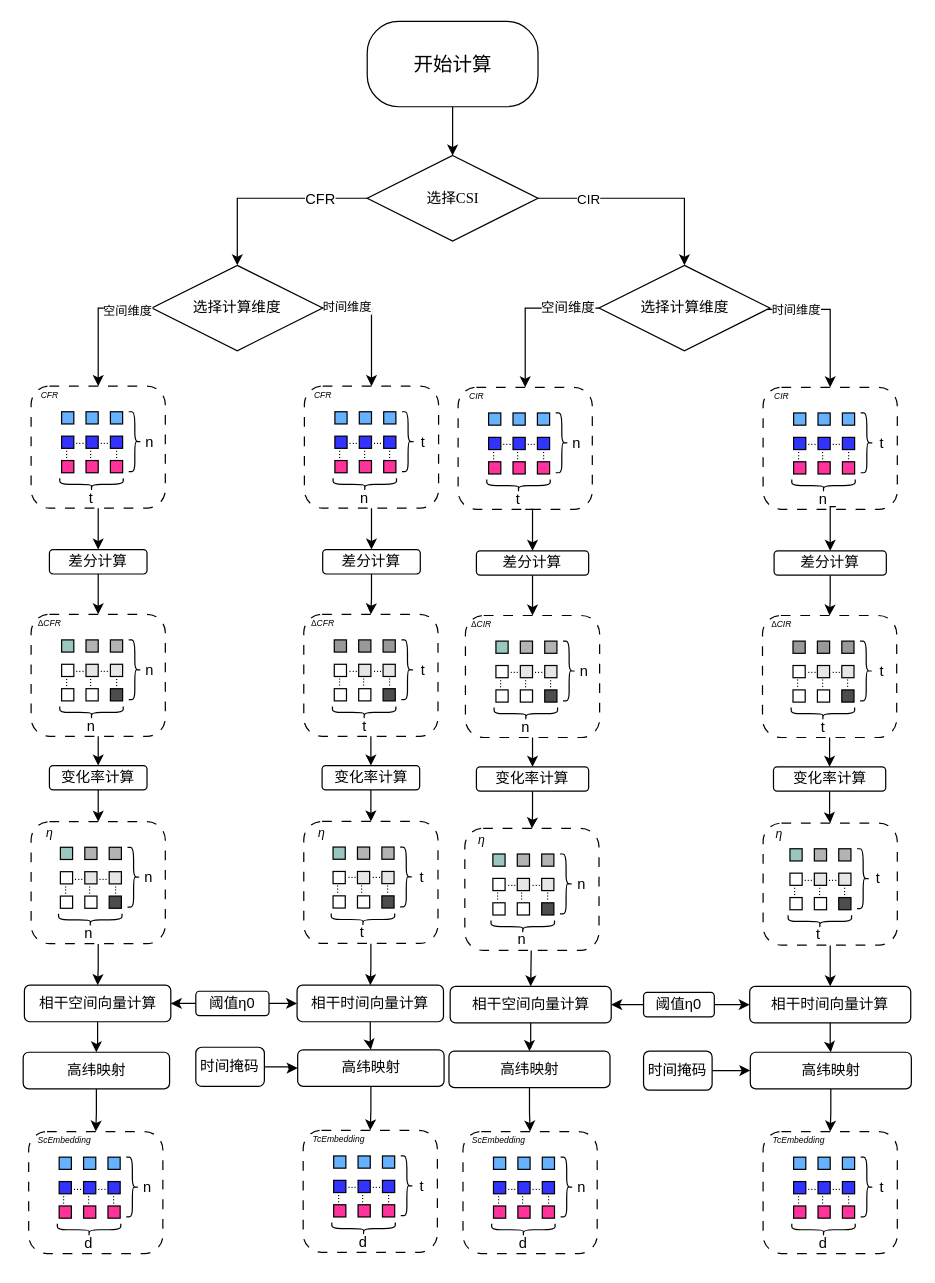
1434470591/wubotao.github.io keeps this draw.io diagram as Coherence Embedding.drawio. Above is the earlier version. Source tidied: cells renumbered, new cells numbered last; positions are measured from the earlier drawing's top-left corner, leaving out a move shared by most shapes. Both pictures are drawn from the tidied source at 122%, with x=0, y=0 at pixel (21, 21).
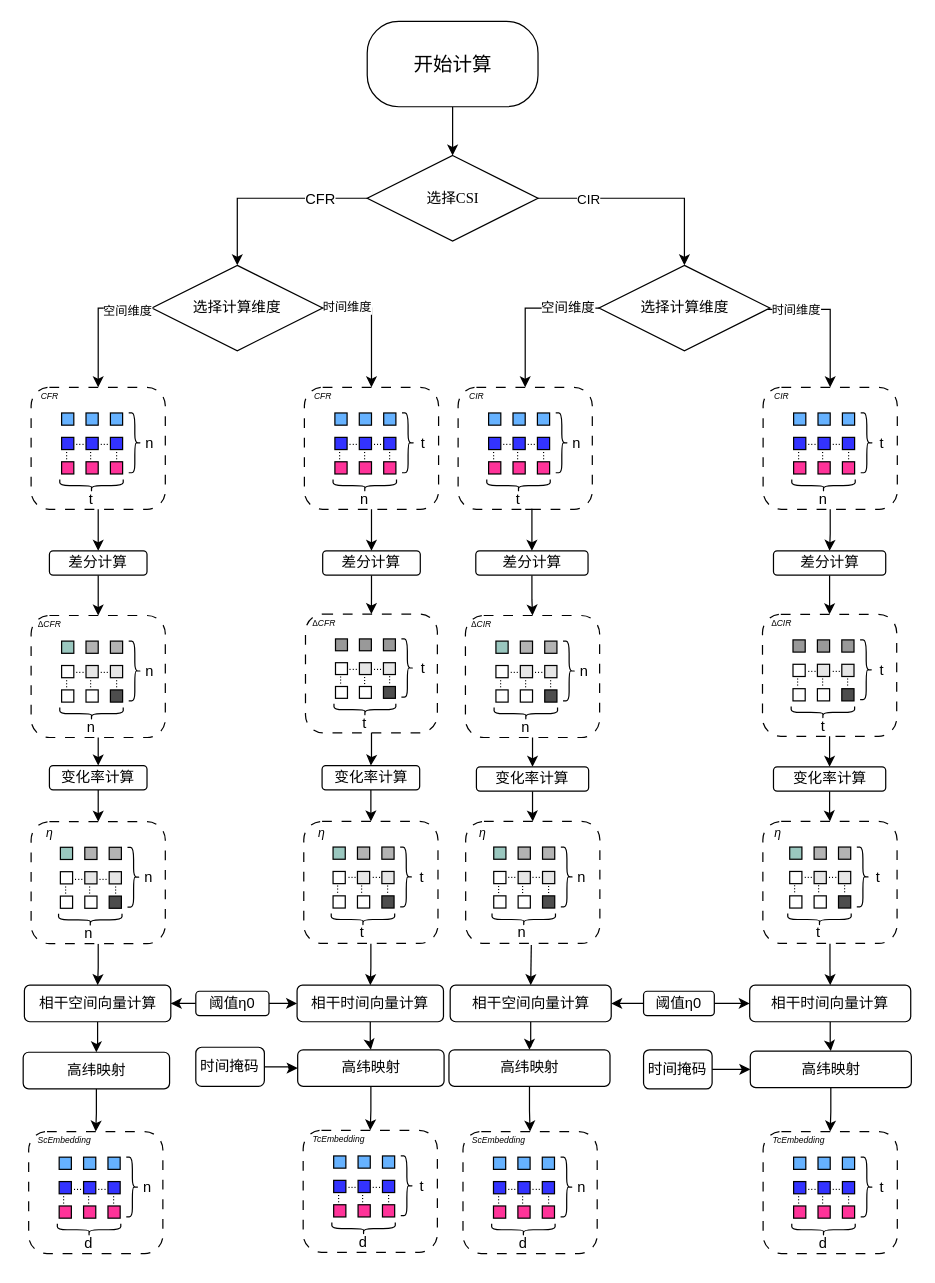
Above is the later version.

The change refers to these unchanged cells:
```xml
<mxCell id="231" style="rounded=1;whiteSpace=wrap;html=1;dashed=1;dashPattern=8 8;" parent="230" vertex="1">
  <mxGeometry x="5" y="9" width="110" height="100" as="geometry" />
</mxCell>
```

What changed in the source:
```diff
@@
     <mxCell id="19" style="group;" parent="1" vertex="1">
-      <mxGeometry x="3" y="290" width="117" height="116" as="geometry" />
+      <mxGeometry x="3" y="291" width="117" height="116" as="geometry" />
     </mxCell>
@@
     <mxCell id="40" style="group;" parent="1" vertex="1">
-      <mxGeometry x="227" y="290" width="117" height="116" as="geometry" />
+      <mxGeometry x="227" y="291" width="117" height="116" as="geometry" />
     </mxCell>
@@
     <mxCell id="61" style="group;" parent="1" vertex="1">
-      <mxGeometry x="3" y="477" width="117" height="116" as="geometry" />
+      <mxGeometry x="3" y="478" width="117" height="116" as="geometry" />
     </mxCell>
@@
     <mxCell id="84" value="差分计算" style="rounded=1;whiteSpace=wrap;html=1;" parent="1" vertex="1">
-      <mxGeometry x="23" y="433" width="80" height="20" as="geometry" />
+      <mxGeometry x="23" y="434" width="80" height="20" as="geometry" />
     </mxCell>
@@
     <mxCell id="86" value="差分计算" style="rounded=1;whiteSpace=wrap;html=1;" parent="1" vertex="1">
-      <mxGeometry x="247" y="433" width="80" height="20" as="geometry" />
+      <mxGeometry x="247" y="434" width="80" height="20" as="geometry" />
     </mxCell>
     <mxCell id="87" style="group;" parent="1" vertex="1">
-      <mxGeometry x="226.5" y="477" width="117" height="116" as="geometry" />
+      <mxGeometry x="228" y="477" width="115" height="113" as="geometry" />
     </mxCell>
     <mxCell id="88" style="rounded=1;whiteSpace=wrap;html=1;dashed=1;dashPattern=8 8;" parent="87" vertex="1">
-      <mxGeometry x="5" y="9" width="110" height="100" as="geometry" />
+      <mxGeometry x="4.9" y="8.8" width="108.1" height="97.4" as="geometry" />
     </mxCell>
     <mxCell id="89" style="rounded=0;whiteSpace=wrap;html=1;fillColor=#999999;" parent="87" vertex="1">
-      <mxGeometry x="30" y="30" width="10" height="10" as="geometry" />
+      <mxGeometry x="29.5" y="29.2" width="9.8" height="9.7" as="geometry" />
     </mxCell>
     <mxCell id="90" style="rounded=0;whiteSpace=wrap;html=1;fillColor=#999999;" parent="87" vertex="1">
-      <mxGeometry x="50" y="30" width="10" height="10" as="geometry" />
+      <mxGeometry x="49.1" y="29.2" width="9.8" height="9.7" as="geometry" />
     </mxCell>
     <mxCell id="91" style="rounded=0;whiteSpace=wrap;html=1;fillColor=#999999;" parent="87" vertex="1">
-      <mxGeometry x="70" y="30" width="10" height="10" as="geometry" />
+      <mxGeometry x="68.8" y="29.2" width="9.8" height="9.7" as="geometry" />
     </mxCell>
     <mxCell id="92" style="rounded=0;whiteSpace=wrap;html=1;fillColor=#FFFFFF;" parent="87" vertex="1">
-      <mxGeometry x="30" y="50" width="10" height="10" as="geometry" />
+      <mxGeometry x="29.5" y="48.7" width="9.8" height="9.7" as="geometry" />
     </mxCell>
     <mxCell id="93" style="rounded=0;whiteSpace=wrap;html=1;fillColor=#E6E6E6;" parent="87" vertex="1">
-      <mxGeometry x="50" y="50" width="10" height="10" as="geometry" />
+      <mxGeometry x="49.1" y="48.7" width="9.8" height="9.7" as="geometry" />
     </mxCell>
     <mxCell id="94" style="rounded=0;whiteSpace=wrap;html=1;fillColor=#E6E6E6;gradientColor=none;" parent="87" vertex="1">
-      <mxGeometry x="70" y="50" width="10" height="10" as="geometry" />
+      <mxGeometry x="68.8" y="48.7" width="9.8" height="9.7" as="geometry" />
     </mxCell>
     <mxCell id="95" style="rounded=0;whiteSpace=wrap;html=1;fillColor=#FFFFFF;" parent="87" vertex="1">
-      <mxGeometry x="30" y="70" width="10" height="10" as="geometry" />
+      <mxGeometry x="29.5" y="68.2" width="9.8" height="9.7" as="geometry" />
     </mxCell>
     <mxCell id="96" style="rounded=0;whiteSpace=wrap;html=1;fillColor=#FFFFFF;" parent="87" vertex="1">
-      <mxGeometry x="50" y="70" width="10" height="10" as="geometry" />
+      <mxGeometry x="49.1" y="68.2" width="9.8" height="9.7" as="geometry" />
     </mxCell>
     <mxCell id="97" style="rounded=0;whiteSpace=wrap;html=1;fillColor=#4D4D4D;" parent="87" vertex="1">
-      <mxGeometry x="70" y="70" width="10" height="10" as="geometry" />
+      <mxGeometry x="68.8" y="68.2" width="9.8" height="9.7" as="geometry" />
     </mxCell>
     <mxCell id="98" value="&lt;font style=&quot;font-size: 9px;&quot;&gt;...&lt;/font&gt;" style="text;html=1;align=center;verticalAlign=middle;whiteSpace=wrap;rounded=0;" parent="87" vertex="1">
-      <mxGeometry x="38" y="52" width="15" as="geometry" />
+      <mxGeometry x="37.4" y="50.7" width="14.7" as="geometry" />
     </mxCell>
     <mxCell id="99" value="&lt;font style=&quot;font-size: 9px;&quot;&gt;...&lt;/font&gt;" style="text;html=1;align=center;verticalAlign=middle;whiteSpace=wrap;rounded=0;" parent="87" vertex="1">
-      <mxGeometry x="58" y="52" width="15" as="geometry" />
+      <mxGeometry x="57" y="50.7" width="14.7" as="geometry" />
     </mxCell>
     <mxCell id="100" value="&lt;font style=&quot;font-size: 9px;&quot;&gt;...&lt;/font&gt;" style="text;html=1;align=center;verticalAlign=middle;whiteSpace=wrap;rounded=0;rotation=90;" parent="87" vertex="1">
-      <mxGeometry x="72" y="65" width="15" as="geometry" />
+      <mxGeometry x="70.8" y="63.3" width="14.7" as="geometry" />
     </mxCell>
     <mxCell id="101" value="&lt;font style=&quot;font-size: 9px;&quot;&gt;...&lt;/font&gt;" style="text;html=1;align=center;verticalAlign=middle;whiteSpace=wrap;rounded=0;rotation=90;" parent="87" vertex="1">
-      <mxGeometry x="51" y="65" width="15" as="geometry" />
+      <mxGeometry x="50.1" y="63.3" width="14.7" as="geometry" />
     </mxCell>
     <mxCell id="102" value="&lt;font style=&quot;font-size: 9px;&quot;&gt;...&lt;/font&gt;" style="text;html=1;align=center;verticalAlign=middle;whiteSpace=wrap;rounded=0;rotation=90;" parent="87" vertex="1">
-      <mxGeometry x="31" y="65" width="15" as="geometry" />
+      <mxGeometry x="30.5" y="63.3" width="14.7" as="geometry" />
     </mxCell>
@@
     <mxCell id="104" style="shape=curlyBracket;whiteSpace=wrap;html=1;rounded=1;flipH=1;labelPosition=right;verticalLabelPosition=middle;align=left;verticalAlign=middle;" parent="87" vertex="1">
-      <mxGeometry x="85" y="30" width="10" height="49" as="geometry" />
+      <mxGeometry x="83.5" y="29.2" width="9.8" height="47.7" as="geometry" />
     </mxCell>
     <mxCell id="105" style="shape=curlyBracket;whiteSpace=wrap;html=1;rounded=1;flipH=1;labelPosition=right;verticalLabelPosition=middle;align=left;verticalAlign=middle;rotation=90;size=0.5;" parent="87" vertex="1">
-      <mxGeometry x="49.5" y="63.5" width="10" height="52" as="geometry" />
+      <mxGeometry x="48.7" y="61.9" width="9.8" height="50.7" as="geometry" />
     </mxCell>
     <mxCell id="106" value="t" style="text;html=1;align=center;verticalAlign=middle;strokeColor=none;fillColor=none;" parent="87" vertex="1">
-      <mxGeometry x="87" y="40" width="30" height="30" as="geometry" />
+      <mxGeometry x="85.5" y="39" width="30" height="30" as="geometry" />
     </mxCell>
     <mxCell id="107" value="t" style="text;html=1;align=center;verticalAlign=middle;strokeColor=none;fillColor=none;" parent="87" vertex="1">
-      <mxGeometry x="39" y="86" width="30" height="30" as="geometry" />
+      <mxGeometry x="38.3" y="83.8" width="30" height="30" as="geometry" />
     </mxCell>
@@
     <mxCell id="274" value="差分计算" style="rounded=1;whiteSpace=wrap;html=1;" parent="1" vertex="1">
-      <mxGeometry x="373" y="434" width="92" height="20" as="geometry" />
+      <mxGeometry x="372.5" y="434" width="92" height="20" as="geometry" />
     </mxCell>
@@
     <mxCell id="276" value="差分计算" style="rounded=1;whiteSpace=wrap;html=1;" parent="1" vertex="1">
-      <mxGeometry x="617" y="434" width="92" height="20" as="geometry" />
+      <mxGeometry x="616.5" y="434" width="92" height="20" as="geometry" />
     </mxCell>
-    <mxCell id="277" style="edgeStyle=orthogonalEdgeStyle;rounded=0;jettySize=auto;html=1;entryX=0.5;entryY=0;entryDx=0;entryDy=0;exitX=0.542;exitY=0.977;exitDx=0;exitDy=0;exitPerimeter=0;" parent="1" edge="1" source="231" target="276">
-      <mxGeometry relative="1" as="geometry" />
-    </mxCell>
     <mxCell id="278" style="group;" parent="1" vertex="1">
-      <mxGeometry x="602.5" y="478" width="129" height="116" as="geometry" />
+      <mxGeometry x="602.5" y="477" width="129" height="116" as="geometry" />
     </mxCell>
@@
     <mxCell id="307" value="相干空间向量计算" style="rounded=1;whiteSpace=wrap;html=1;" parent="1" vertex="1">
-      <mxGeometry x="351.5" y="791" width="132" height="30" as="geometry" />
+      <mxGeometry x="351.5" y="790" width="132" height="30" as="geometry" />
     </mxCell>
@@
     <mxCell id="309" value="相干时间向量计算" style="rounded=1;whiteSpace=wrap;html=1;" parent="1" vertex="1">
-      <mxGeometry x="597" y="791" width="132" height="30" as="geometry" />
+      <mxGeometry x="597" y="790" width="132" height="30" as="geometry" />
     </mxCell>
@@
     <mxCell id="312" value="阈值η0" style="rounded=1;whiteSpace=wrap;html=1;" parent="1" vertex="1">
-      <mxGeometry x="510" y="796" width="58" height="20" as="geometry" />
+      <mxGeometry x="510" y="795" width="58" height="20" as="geometry" />
     </mxCell>
@@
     <mxCell id="356" value="高纬映射" style="rounded=1;whiteSpace=wrap;html=1;" parent="1" vertex="1">
-      <mxGeometry x="350.5" y="844" width="132" height="30" as="geometry" />
+      <mxGeometry x="350.5" y="843" width="132" height="30" as="geometry" />
     </mxCell>
@@
     <mxCell id="358" value="高纬映射" style="rounded=1;whiteSpace=wrap;html=1;" parent="1" vertex="1">
-      <mxGeometry x="597.5" y="845" width="132" height="30" as="geometry" />
+      <mxGeometry x="597.5" y="844" width="132" height="30" as="geometry" />
     </mxCell>
     <mxCell id="359" style="rounded=1;whiteSpace=wrap;html=1;dashed=1;dashPattern=8 8;" parent="1" vertex="1">
-      <mxGeometry x="363.5" y="661.5" width="110" height="100" as="geometry" />
+      <mxGeometry x="364.2" y="655.8" width="110" height="100" as="geometry" />
     </mxCell>
     <mxCell id="360" style="rounded=0;whiteSpace=wrap;html=1;fillColor=#9AC7BF;" parent="1" vertex="1">
-      <mxGeometry x="386.5" y="682.5" width="10" height="10" as="geometry" />
+      <mxGeometry x="387.2" y="676.8" width="10" height="10" as="geometry" />
     </mxCell>
     <mxCell id="361" style="rounded=0;whiteSpace=wrap;html=1;fillColor=#B3B3B3;" parent="1" vertex="1">
-      <mxGeometry x="406.5" y="682.5" width="10" height="10" as="geometry" />
+      <mxGeometry x="407.2" y="676.8" width="10" height="10" as="geometry" />
     </mxCell>
     <mxCell id="362" style="rounded=0;whiteSpace=wrap;html=1;fillColor=#B3B3B3;" parent="1" vertex="1">
-      <mxGeometry x="426.5" y="682.5" width="10" height="10" as="geometry" />
+      <mxGeometry x="427.2" y="676.8" width="10" height="10" as="geometry" />
     </mxCell>
     <mxCell id="363" style="rounded=0;whiteSpace=wrap;html=1;fillColor=#FFFFFF;" parent="1" vertex="1">
-      <mxGeometry x="386.5" y="702.5" width="10" height="10" as="geometry" />
+      <mxGeometry x="387.2" y="696.8" width="10" height="10" as="geometry" />
     </mxCell>
     <mxCell id="364" style="rounded=0;whiteSpace=wrap;html=1;fillColor=#E6E6E6;" parent="1" vertex="1">
-      <mxGeometry x="406.5" y="702.5" width="10" height="10" as="geometry" />
+      <mxGeometry x="407.2" y="696.8" width="10" height="10" as="geometry" />
     </mxCell>
     <mxCell id="365" style="rounded=0;whiteSpace=wrap;html=1;fillColor=#E6E6E6;" parent="1" vertex="1">
-      <mxGeometry x="426.5" y="702.5" width="10" height="10" as="geometry" />
+      <mxGeometry x="427.2" y="696.8" width="10" height="10" as="geometry" />
     </mxCell>
     <mxCell id="366" style="rounded=0;whiteSpace=wrap;html=1;fillColor=#FFFFFF;" parent="1" vertex="1">
-      <mxGeometry x="386.5" y="722.5" width="10" height="10" as="geometry" />
+      <mxGeometry x="387.2" y="716.8" width="10" height="10" as="geometry" />
     </mxCell>
     <mxCell id="367" style="rounded=0;whiteSpace=wrap;html=1;fillColor=#FFFFFF;" parent="1" vertex="1">
-      <mxGeometry x="406.5" y="722.5" width="10" height="10" as="geometry" />
+      <mxGeometry x="407.2" y="716.8" width="10" height="10" as="geometry" />
     </mxCell>
     <mxCell id="368" style="rounded=0;whiteSpace=wrap;html=1;fillColor=#4D4D4D;" parent="1" vertex="1">
-      <mxGeometry x="426.5" y="722.5" width="10" height="10" as="geometry" />
+      <mxGeometry x="427.2" y="716.8" width="10" height="10" as="geometry" />
     </mxCell>
     <mxCell id="369" value="&lt;font style=&quot;font-size: 9px;&quot;&gt;...&lt;/font&gt;" style="text;html=1;align=center;verticalAlign=middle;whiteSpace=wrap;rounded=0;" parent="1" vertex="1">
-      <mxGeometry x="394.5" y="704.5" width="15" as="geometry" />
+      <mxGeometry x="395.2" y="698.8" width="15" as="geometry" />
     </mxCell>
     <mxCell id="370" value="&lt;font style=&quot;font-size: 9px;&quot;&gt;...&lt;/font&gt;" style="text;html=1;align=center;verticalAlign=middle;whiteSpace=wrap;rounded=0;" parent="1" vertex="1">
-      <mxGeometry x="414.5" y="704.5" width="15" as="geometry" />
+      <mxGeometry x="415.2" y="698.8" width="15" as="geometry" />
     </mxCell>
     <mxCell id="371" value="&lt;font style=&quot;font-size: 9px;&quot;&gt;...&lt;/font&gt;" style="text;html=1;align=center;verticalAlign=middle;whiteSpace=wrap;rounded=0;rotation=90;" parent="1" vertex="1">
-      <mxGeometry x="428.5" y="717.5" width="15" as="geometry" />
+      <mxGeometry x="429.2" y="711.8" width="15" as="geometry" />
     </mxCell>
     <mxCell id="372" value="&lt;font style=&quot;font-size: 9px;&quot;&gt;...&lt;/font&gt;" style="text;html=1;align=center;verticalAlign=middle;whiteSpace=wrap;rounded=0;rotation=90;" parent="1" vertex="1">
-      <mxGeometry x="407.5" y="717.5" width="15" as="geometry" />
+      <mxGeometry x="408.2" y="711.8" width="15" as="geometry" />
     </mxCell>
     <mxCell id="373" value="&lt;font style=&quot;font-size: 9px;&quot;&gt;...&lt;/font&gt;" style="text;html=1;align=center;verticalAlign=middle;whiteSpace=wrap;rounded=0;rotation=90;" parent="1" vertex="1">
-      <mxGeometry x="387.5" y="717.5" width="15" as="geometry" />
+      <mxGeometry x="388.2" y="711.8" width="15" as="geometry" />
     </mxCell>
     <mxCell id="374" style="shape=curlyBracket;whiteSpace=wrap;html=1;rounded=1;flipH=1;labelPosition=right;verticalLabelPosition=middle;align=left;verticalAlign=middle;" parent="1" vertex="1">
-      <mxGeometry x="441.5" y="682.5" width="10" height="49" as="geometry" />
+      <mxGeometry x="442.2" y="676.8" width="10" height="49" as="geometry" />
     </mxCell>
     <mxCell id="375" style="shape=curlyBracket;whiteSpace=wrap;html=1;rounded=1;flipH=1;labelPosition=right;verticalLabelPosition=middle;align=left;verticalAlign=middle;rotation=90;size=0.5;" parent="1" vertex="1">
-      <mxGeometry x="406" y="716" width="10" height="52" as="geometry" />
+      <mxGeometry x="406.8" y="710.2" width="10" height="52" as="geometry" />
     </mxCell>
     <mxCell id="376" value="n" style="text;html=1;align=center;verticalAlign=middle;strokeColor=none;fillColor=none;" parent="1" vertex="1">
-      <mxGeometry x="443.5" y="692.5" width="30" height="30" as="geometry" />
+      <mxGeometry x="444.2" y="686.8" width="30" height="30" as="geometry" />
     </mxCell>
     <mxCell id="377" value="&lt;div&gt;&lt;i style=&quot;&quot;&gt;&lt;font style=&quot;font-size: 10px;&quot;&gt;η&lt;/font&gt;&lt;/i&gt;&lt;/div&gt;" style="text;html=1;align=center;verticalAlign=middle;strokeColor=none;fillColor=none;" parent="1" vertex="1">
-      <mxGeometry x="362" y="655.5" width="30" height="30" as="geometry" />
+      <mxGeometry x="362.8" y="649.8" width="30" height="30" as="geometry" />
     </mxCell>
     <mxCell id="378" value="n" style="text;html=1;align=center;verticalAlign=middle;strokeColor=none;fillColor=none;" parent="1" vertex="1">
-      <mxGeometry x="394.5" y="738" width="30" height="30" as="geometry" />
+      <mxGeometry x="395.2" y="732.2" width="30" height="30" as="geometry" />
     </mxCell>
@@
     <mxCell id="380" style="rounded=1;whiteSpace=wrap;html=1;dashed=1;dashPattern=8 8;" parent="1" vertex="1">
-      <mxGeometry x="608" y="657.2" width="110" height="100" as="geometry" />
+      <mxGeometry x="607.8" y="655.8" width="110" height="100" as="geometry" />
     </mxCell>
     <mxCell id="381" style="rounded=0;whiteSpace=wrap;html=1;fillColor=#9AC7BF;" parent="1" vertex="1">
-      <mxGeometry x="630" y="678.2" width="10" height="10" as="geometry" />
+      <mxGeometry x="629.8" y="676.8" width="10" height="10" as="geometry" />
     </mxCell>
     <mxCell id="382" style="rounded=0;whiteSpace=wrap;html=1;fillColor=#B3B3B3;" parent="1" vertex="1">
-      <mxGeometry x="650" y="678.2" width="10" height="10" as="geometry" />
+      <mxGeometry x="649.8" y="676.8" width="10" height="10" as="geometry" />
     </mxCell>
     <mxCell id="383" style="rounded=0;whiteSpace=wrap;html=1;fillColor=#B3B3B3;" parent="1" vertex="1">
-      <mxGeometry x="670" y="678.2" width="10" height="10" as="geometry" />
+      <mxGeometry x="669.8" y="676.8" width="10" height="10" as="geometry" />
     </mxCell>
     <mxCell id="384" style="rounded=0;whiteSpace=wrap;html=1;fillColor=#FFFFFF;" parent="1" vertex="1">
-      <mxGeometry x="630" y="698.2" width="10" height="10" as="geometry" />
+      <mxGeometry x="629.8" y="696.8" width="10" height="10" as="geometry" />
     </mxCell>
     <mxCell id="385" style="rounded=0;whiteSpace=wrap;html=1;fillColor=#E6E6E6;" parent="1" vertex="1">
-      <mxGeometry x="650" y="698.2" width="10" height="10" as="geometry" />
+      <mxGeometry x="649.8" y="696.8" width="10" height="10" as="geometry" />
     </mxCell>
     <mxCell id="386" style="rounded=0;whiteSpace=wrap;html=1;fillColor=#E6E6E6;" parent="1" vertex="1">
-      <mxGeometry x="670" y="698.2" width="10" height="10" as="geometry" />
+      <mxGeometry x="669.8" y="696.8" width="10" height="10" as="geometry" />
     </mxCell>
     <mxCell id="387" style="rounded=0;whiteSpace=wrap;html=1;fillColor=#FFFFFF;" parent="1" vertex="1">
-      <mxGeometry x="630" y="718.2" width="10" height="10" as="geometry" />
+      <mxGeometry x="629.8" y="716.8" width="10" height="10" as="geometry" />
     </mxCell>
     <mxCell id="388" style="rounded=0;whiteSpace=wrap;html=1;fillColor=#FFFFFF;" parent="1" vertex="1">
-      <mxGeometry x="650" y="718.2" width="10" height="10" as="geometry" />
+      <mxGeometry x="649.8" y="716.8" width="10" height="10" as="geometry" />
     </mxCell>
     <mxCell id="389" style="rounded=0;whiteSpace=wrap;html=1;fillColor=#4D4D4D;" parent="1" vertex="1">
-      <mxGeometry x="670" y="718.2" width="10" height="10" as="geometry" />
+      <mxGeometry x="669.8" y="716.8" width="10" height="10" as="geometry" />
     </mxCell>
     <mxCell id="390" value="&lt;font style=&quot;font-size: 9px;&quot;&gt;...&lt;/font&gt;" style="text;html=1;align=center;verticalAlign=middle;whiteSpace=wrap;rounded=0;" parent="1" vertex="1">
-      <mxGeometry x="638" y="700.2" width="15" as="geometry" />
+      <mxGeometry x="637.8" y="698.8" width="15" as="geometry" />
     </mxCell>
     <mxCell id="391" value="&lt;font style=&quot;font-size: 9px;&quot;&gt;...&lt;/font&gt;" style="text;html=1;align=center;verticalAlign=middle;whiteSpace=wrap;rounded=0;" parent="1" vertex="1">
-      <mxGeometry x="658" y="700.2" width="15" as="geometry" />
+      <mxGeometry x="657.8" y="698.8" width="15" as="geometry" />
     </mxCell>
     <mxCell id="392" value="&lt;font style=&quot;font-size: 9px;&quot;&gt;...&lt;/font&gt;" style="text;html=1;align=center;verticalAlign=middle;whiteSpace=wrap;rounded=0;rotation=90;" parent="1" vertex="1">
-      <mxGeometry x="672" y="713.2" width="15" as="geometry" />
+      <mxGeometry x="671.8" y="711.8" width="15" as="geometry" />
     </mxCell>
     <mxCell id="393" value="&lt;font style=&quot;font-size: 9px;&quot;&gt;...&lt;/font&gt;" style="text;html=1;align=center;verticalAlign=middle;whiteSpace=wrap;rounded=0;rotation=90;" parent="1" vertex="1">
-      <mxGeometry x="651" y="713.2" width="15" as="geometry" />
+      <mxGeometry x="650.8" y="711.8" width="15" as="geometry" />
     </mxCell>
     <mxCell id="394" value="&lt;font style=&quot;font-size: 9px;&quot;&gt;...&lt;/font&gt;" style="text;html=1;align=center;verticalAlign=middle;whiteSpace=wrap;rounded=0;rotation=90;" parent="1" vertex="1">
-      <mxGeometry x="631" y="713.2" width="15" as="geometry" />
+      <mxGeometry x="630.8" y="711.8" width="15" as="geometry" />
     </mxCell>
     <mxCell id="395" style="shape=curlyBracket;whiteSpace=wrap;html=1;rounded=1;flipH=1;labelPosition=right;verticalLabelPosition=middle;align=left;verticalAlign=middle;" parent="1" vertex="1">
-      <mxGeometry x="685" y="678.2" width="10" height="49" as="geometry" />
+      <mxGeometry x="684.8" y="676.8" width="10" height="49" as="geometry" />
     </mxCell>
     <mxCell id="396" style="shape=curlyBracket;whiteSpace=wrap;html=1;rounded=1;flipH=1;labelPosition=right;verticalLabelPosition=middle;align=left;verticalAlign=middle;rotation=90;size=0.5;" parent="1" vertex="1">
-      <mxGeometry x="649.5" y="711.8" width="10" height="52" as="geometry" />
+      <mxGeometry x="649.2" y="710.2" width="10" height="52" as="geometry" />
     </mxCell>
     <mxCell id="397" value="t" style="text;html=1;align=center;verticalAlign=middle;strokeColor=none;fillColor=none;" parent="1" vertex="1">
-      <mxGeometry x="687" y="688.2" width="30" height="30" as="geometry" />
+      <mxGeometry x="686.8" y="686.8" width="30" height="30" as="geometry" />
     </mxCell>
     <mxCell id="398" value="&lt;div&gt;&lt;i style=&quot;&quot;&gt;&lt;font style=&quot;font-size: 10px;&quot;&gt;η&lt;/font&gt;&lt;/i&gt;&lt;/div&gt;" style="text;html=1;align=center;verticalAlign=middle;strokeColor=none;fillColor=none;" parent="1" vertex="1">
-      <mxGeometry x="605.5" y="651.2" width="30" height="30" as="geometry" />
+      <mxGeometry x="605.2" y="649.8" width="30" height="30" as="geometry" />
     </mxCell>
     <mxCell id="399" value="t" style="text;html=1;align=center;verticalAlign=middle;strokeColor=none;fillColor=none;" parent="1" vertex="1">
-      <mxGeometry x="638" y="733.8" width="30" height="30" as="geometry" />
+      <mxGeometry x="637.8" y="732.2" width="30" height="30" as="geometry" />
     </mxCell>
@@
     <mxCell id="403" value="时间掩码" style="rounded=1;whiteSpace=wrap;html=1;" parent="1" vertex="1">
-      <mxGeometry x="510" y="844" width="56.2" height="32.1" as="geometry" />
+      <mxGeometry x="510" y="843" width="56.2" height="32.1" as="geometry" />
     </mxCell>
@@
+    <mxCell id="277" style="edgeStyle=orthogonalEdgeStyle;rounded=0;jettySize=auto;html=1;entryX=0.5;entryY=0;entryDx=0;entryDy=0;" parent="1" edge="1" source="231" target="276">
+      <mxGeometry relative="1" as="geometry" />
+    </mxCell>
```
